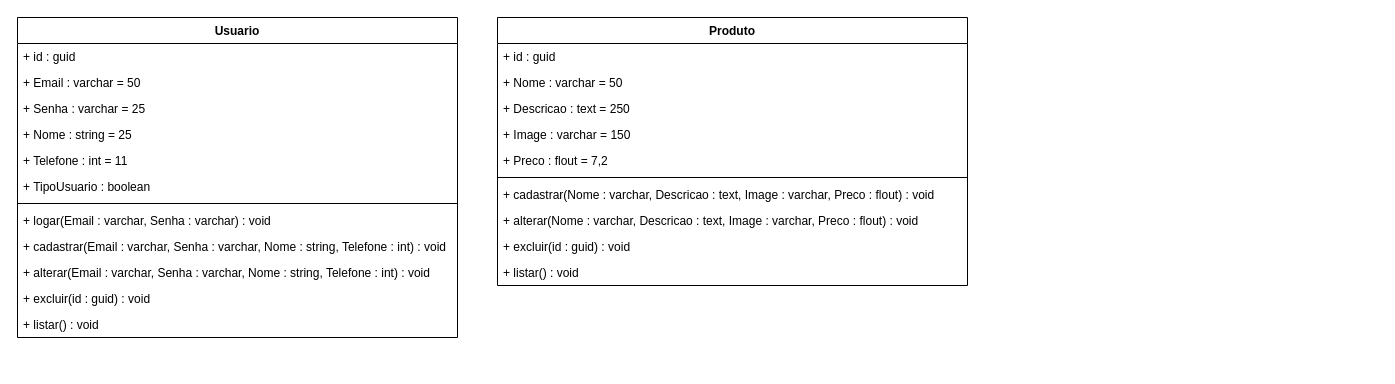
Pedro-B-Alves/Projeto_Classificados keeps this draw.io diagram as page "Diagrama de Classe" (2 of 2) of Diagramas/DiagramasClassificados.drawio. Above is the earlier version. Source tidied: cells renumbered, new cells numbered last; positions are measured from the earlier drawing's top-left corner, leaving out a move shared by most shapes. Both pictures are drawn from the tidied source at 100%, with x=0, y=0 at pixel (17, 17).
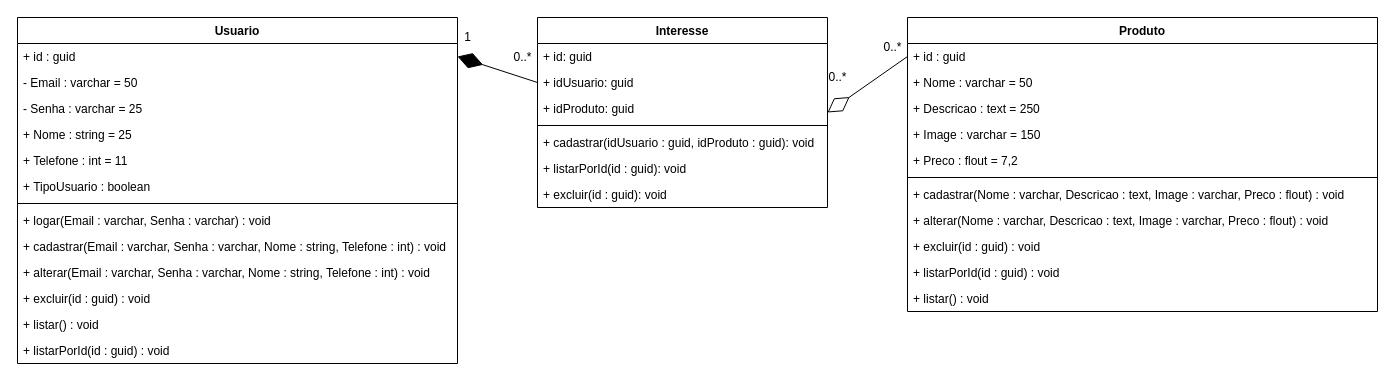
The same diagram, later.

The change refers to these unchanged cells:
```xml
<mxCell id="3" value="+ id : guid" style="text;strokeColor=none;fillColor=none;align=left;verticalAlign=top;spacingLeft=4;spacingRight=4;overflow=hidden;points=[[0,0.5],[1,0.5]];portConstraint=eastwest;" parent="2" vertex="1">
  <mxGeometry y="26" width="440" height="26" as="geometry" />
</mxCell>
<mxCell id="16" value="+ id : guid" style="text;strokeColor=none;fillColor=none;align=left;verticalAlign=top;spacingLeft=4;spacingRight=4;overflow=hidden;points=[[0,0.5],[1,0.5]];portConstraint=eastwest;" parent="15" vertex="1">
  <mxGeometry y="26" width="470" height="26" as="geometry" />
</mxCell>
```

The edit, as a diff of the source:
```diff
@@
     <mxCell id="2" value="Usuario" style="swimlane;fontStyle=1;align=center;verticalAlign=top;horizontal=1;startSize=26;" parent="1" vertex="1">
-      <mxGeometry width="440" height="320" as="geometry" />
+      <mxGeometry width="440" height="346" as="geometry" />
     </mxCell>
@@
-    <mxCell id="4" value="+ Email : varchar = 50" style="text;strokeColor=none;fillColor=none;align=left;verticalAlign=top;spacingLeft=4;spacingRight=4;overflow=hidden;" parent="2" vertex="1">
+    <mxCell id="4" value="- Email : varchar = 50" style="text;strokeColor=none;fillColor=none;align=left;verticalAlign=top;spacingLeft=4;spacingRight=4;overflow=hidden;" parent="2" vertex="1">
       <mxGeometry y="52" width="440" height="26" as="geometry" />
     </mxCell>
-    <mxCell id="5" value="+ Senha : varchar = 25" style="text;strokeColor=none;fillColor=none;align=left;verticalAlign=top;spacingLeft=4;spacingRight=4;overflow=hidden;" parent="2" vertex="1">
+    <mxCell id="5" value="- Senha : varchar = 25" style="text;strokeColor=none;fillColor=none;align=left;verticalAlign=top;spacingLeft=4;spacingRight=4;overflow=hidden;" parent="2" vertex="1">
       <mxGeometry y="78" width="440" height="26" as="geometry" />
     </mxCell>
@@
+    <mxCell id="26" value="+ listarPorId(id : guid) : void" style="text;strokeColor=none;fillColor=none;align=left;verticalAlign=top;spacingLeft=4;spacingRight=4;overflow=hidden;" parent="2" vertex="1">
+      <mxGeometry y="320" width="440" height="26" as="geometry" />
+    </mxCell>
     <mxCell id="15" value="Produto" style="swimlane;fontStyle=1;align=center;verticalAlign=top;horizontal=1;startSize=26;" parent="1" vertex="1">
-      <mxGeometry x="480" width="470" height="268" as="geometry" />
+      <mxGeometry x="890" width="470" height="294" as="geometry" />
     </mxCell>
@@
-    <mxCell id="25" value="+ listar() : void" style="text;strokeColor=none;fillColor=none;align=left;verticalAlign=top;spacingLeft=4;spacingRight=4;overflow=hidden;" parent="15" vertex="1">
+    <mxCell id="25" value="+ listarPorId(id : guid) : void" style="text;strokeColor=none;fillColor=none;align=left;verticalAlign=top;spacingLeft=4;spacingRight=4;overflow=hidden;" parent="15" vertex="1">
       <mxGeometry y="242" width="470" height="26" as="geometry" />
     </mxCell>
+    <mxCell id="27" value="+ listar() : void" style="text;strokeColor=none;fillColor=none;align=left;verticalAlign=top;spacingLeft=4;spacingRight=4;overflow=hidden;" parent="15" vertex="1">
+      <mxGeometry y="268" width="470" height="26" as="geometry" />
+    </mxCell>
+    <mxCell id="28" value="Interesse" style="swimlane;fontStyle=1;align=center;verticalAlign=top;horizontal=1;startSize=26;" parent="1" vertex="1">
+      <mxGeometry x="520" width="290" height="190" as="geometry" />
+    </mxCell>
+    <mxCell id="29" value="+ id: guid" style="text;strokeColor=none;fillColor=none;align=left;verticalAlign=top;spacingLeft=4;spacingRight=4;overflow=hidden;" parent="28" vertex="1">
+      <mxGeometry y="26" width="290" height="26" as="geometry" />
+    </mxCell>
+    <mxCell id="30" value="+ idUsuario: guid" style="text;strokeColor=none;fillColor=none;align=left;verticalAlign=top;spacingLeft=4;spacingRight=4;overflow=hidden;points=[[0,0.5],[1,0.5]];portConstraint=eastwest;" parent="28" vertex="1">
+      <mxGeometry y="52" width="290" height="26" as="geometry" />
+    </mxCell>
+    <mxCell id="31" value="+ idProduto: guid" style="text;strokeColor=none;fillColor=none;align=left;verticalAlign=top;spacingLeft=4;spacingRight=4;overflow=hidden;" parent="28" vertex="1">
+      <mxGeometry y="78" width="290" height="26" as="geometry" />
+    </mxCell>
+    <mxCell id="32" style="line;strokeWidth=1;fillColor=none;align=left;verticalAlign=middle;spacingTop=-1;spacingLeft=3;spacingRight=3;labelPosition=right;" parent="28" vertex="1">
+      <mxGeometry y="104" width="290" height="8" as="geometry" />
+    </mxCell>
+    <mxCell id="33" value="+ cadastrar(idUsuario : guid, idProduto : guid): void" style="text;strokeColor=none;fillColor=none;align=left;verticalAlign=top;spacingLeft=4;spacingRight=4;overflow=hidden;" parent="28" vertex="1">
+      <mxGeometry y="112" width="290" height="26" as="geometry" />
+    </mxCell>
+    <mxCell id="34" value="+ listarPorId(id : guid): void" style="text;strokeColor=none;fillColor=none;align=left;verticalAlign=top;spacingLeft=4;spacingRight=4;overflow=hidden;" parent="28" vertex="1">
+      <mxGeometry y="138" width="290" height="26" as="geometry" />
+    </mxCell>
+    <mxCell id="35" value="+ excluir(id : guid): void" style="text;strokeColor=none;fillColor=none;align=left;verticalAlign=top;spacingLeft=4;spacingRight=4;overflow=hidden;" parent="28" vertex="1">
+      <mxGeometry y="164" width="290" height="26" as="geometry" />
+    </mxCell>
+    <mxCell id="36" value="0..*" style="text;html=1;align=center;verticalAlign=middle;strokeColor=none;" parent="1" vertex="1">
+      <mxGeometry x="860" y="20" width="30" height="20" as="geometry" />
+    </mxCell>
+    <mxCell id="37" value="0..*" style="text;html=1;align=center;verticalAlign=middle;strokeColor=none;" parent="1" vertex="1">
+      <mxGeometry x="805" y="50" width="30" height="20" as="geometry" />
+    </mxCell>
+    <mxCell id="38" style="endArrow=diamondThin;endFill=1;endSize=24;html=1;exitX=0;exitY=0.5;exitDx=0;exitDy=0;entryX=1;entryY=0.5;entryDx=0;entryDy=0;" parent="1" edge="1" source="30" target="3">
+      <mxGeometry relative="1" as="geometry" />
+    </mxCell>
+    <mxCell id="39" style="endArrow=diamondThin;endFill=0;endSize=24;html=1;exitX=0;exitY=0.5;exitDx=0;exitDy=0;entryX=1;entryY=0.5;entryDx=0;entryDy=0;" parent="1" edge="1" source="16" target="28">
+      <mxGeometry relative="1" as="geometry" />
+    </mxCell>
+    <mxCell id="40" value="0..*" style="text;html=1;align=center;verticalAlign=middle;strokeColor=none;" parent="1" vertex="1">
+      <mxGeometry x="490" y="30" width="30" height="20" as="geometry" />
+    </mxCell>
+    <mxCell id="41" value="1" style="text;html=1;align=center;verticalAlign=middle;strokeColor=none;" parent="1" vertex="1">
+      <mxGeometry x="440" y="10" width="20" height="20" as="geometry" />
+    </mxCell>
```
